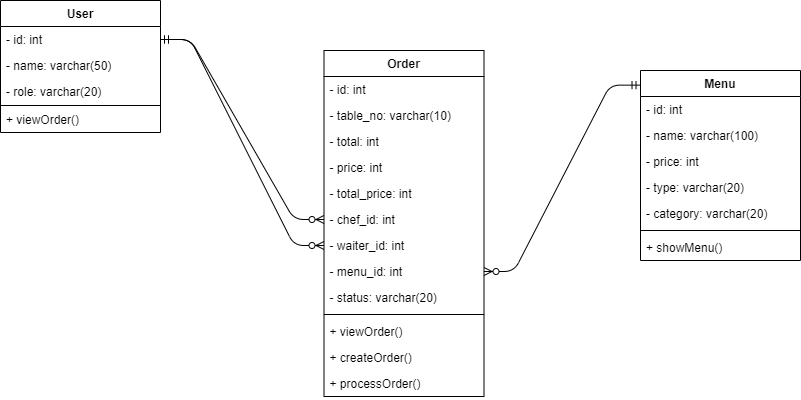
Before: img/class-diagram.png, a diagram exported from draw.io (epebri/btpns-test). Source tidied: cells renumbered, new cells last; positions are measured from the earlier drawing's top-left corner, leaving out a move shared by most shapes.
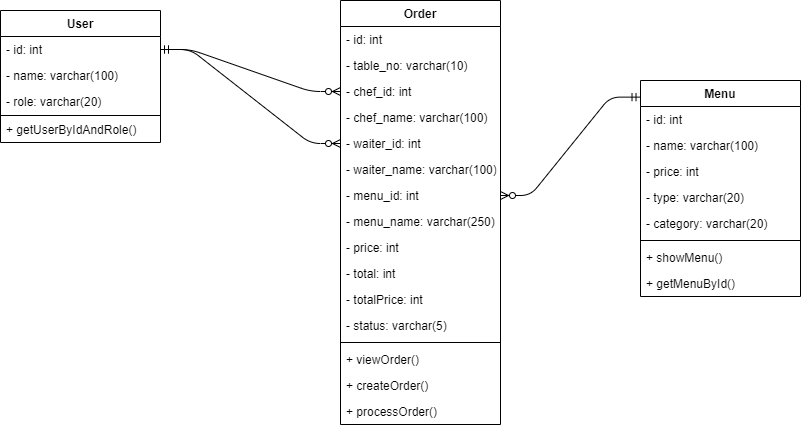
Later version of the same file.

The edit, as a diff of the source:
```diff
@@ -3,7 +3,7 @@
     <mxCell id="0" />
     <mxCell id="1" parent="0" />
     <mxCell id="2" value="Order" style="swimlane;fontStyle=1;align=center;verticalAlign=top;horizontal=1;startSize=26;" parent="1" vertex="1">
-      <mxGeometry x="323.5" y="50" width="160" height="346" as="geometry" />
+      <mxGeometry x="340" y="-10" width="160" height="424" as="geometry" />
     </mxCell>
     <mxCell id="3" value="- id: int" style="text;strokeColor=none;fillColor=none;align=left;verticalAlign=top;spacingLeft=4;spacingRight=4;overflow=hidden;" parent="2" vertex="1">
       <mxGeometry y="26" width="160" height="26" as="geometry" />
@@ -11,41 +11,50 @@
     <mxCell id="4" value="- table_no: varchar(10)" style="text;strokeColor=none;fillColor=none;align=left;verticalAlign=top;spacingLeft=4;spacingRight=4;overflow=hidden;" parent="2" vertex="1">
       <mxGeometry y="52" width="160" height="26" as="geometry" />
     </mxCell>
+    <mxCell id="8" value="- chef_id: int" style="text;strokeColor=none;fillColor=none;align=left;verticalAlign=top;spacingLeft=4;spacingRight=4;overflow=hidden;points=[[0,0.5],[1,0.5]];portConstraint=eastwest;" parent="2" vertex="1">
+      <mxGeometry y="78" width="160" height="26" as="geometry" />
+    </mxCell>
+    <mxCell id="33" value="- chef_name: varchar(100)" style="text;strokeColor=none;fillColor=none;align=left;verticalAlign=top;spacingLeft=4;spacingRight=4;overflow=hidden;" parent="2" vertex="1">
+      <mxGeometry y="104" width="160" height="26" as="geometry" />
+    </mxCell>
+    <mxCell id="9" value="- waiter_id: int" style="text;strokeColor=none;fillColor=none;align=left;verticalAlign=top;spacingLeft=4;spacingRight=4;overflow=hidden;points=[[0,0.5],[1,0.5]];portConstraint=eastwest;" parent="2" vertex="1">
+      <mxGeometry y="130" width="160" height="26" as="geometry" />
+    </mxCell>
+    <mxCell id="34" value="- waiter_name: varchar(100)" style="text;strokeColor=none;fillColor=none;align=left;verticalAlign=top;spacingLeft=4;spacingRight=4;overflow=hidden;" parent="2" vertex="1">
+      <mxGeometry y="156" width="160" height="26" as="geometry" />
+    </mxCell>
+    <mxCell id="10" value="- menu_id: int" style="text;strokeColor=none;fillColor=none;align=left;verticalAlign=top;spacingLeft=4;spacingRight=4;overflow=hidden;points=[[0,0.5],[1,0.5]];portConstraint=eastwest;" parent="2" vertex="1">
+      <mxGeometry y="182" width="160" height="26" as="geometry" />
+    </mxCell>
+    <mxCell id="35" value="- menu_name: varchar(250)" style="text;strokeColor=none;fillColor=none;align=left;verticalAlign=top;spacingLeft=4;spacingRight=4;overflow=hidden;" parent="2" vertex="1">
+      <mxGeometry y="208" width="160" height="26" as="geometry" />
+    </mxCell>
+    <mxCell id="6" value="- price: int" style="text;strokeColor=none;fillColor=none;align=left;verticalAlign=top;spacingLeft=4;spacingRight=4;overflow=hidden;" parent="2" vertex="1">
+      <mxGeometry y="234" width="160" height="26" as="geometry" />
+    </mxCell>
     <mxCell id="5" value="- total: int" style="text;strokeColor=none;fillColor=none;align=left;verticalAlign=top;spacingLeft=4;spacingRight=4;overflow=hidden;" parent="2" vertex="1">
-      <mxGeometry y="78" width="160" height="26" as="geometry" />
+      <mxGeometry y="260" width="160" height="26" as="geometry" />
     </mxCell>
-    <mxCell id="6" value="- price: int" style="text;strokeColor=none;fillColor=none;align=left;verticalAlign=top;spacingLeft=4;spacingRight=4;overflow=hidden;" parent="2" vertex="1">
-      <mxGeometry y="104" width="160" height="26" as="geometry" />
-    </mxCell>
-    <mxCell id="7" value="- total_price: int" style="text;strokeColor=none;fillColor=none;align=left;verticalAlign=top;spacingLeft=4;spacingRight=4;overflow=hidden;" parent="2" vertex="1">
-      <mxGeometry y="130" width="160" height="26" as="geometry" />
-    </mxCell>
-    <mxCell id="8" value="- chef_id: int" style="text;strokeColor=none;fillColor=none;align=left;verticalAlign=top;spacingLeft=4;spacingRight=4;overflow=hidden;points=[[0,0.5],[1,0.5]];portConstraint=eastwest;" parent="2" vertex="1">
-      <mxGeometry y="156" width="160" height="26" as="geometry" />
-    </mxCell>
-    <mxCell id="9" value="- waiter_id: int" style="text;strokeColor=none;fillColor=none;align=left;verticalAlign=top;spacingLeft=4;spacingRight=4;overflow=hidden;points=[[0,0.5],[1,0.5]];portConstraint=eastwest;" parent="2" vertex="1">
-      <mxGeometry y="182" width="160" height="26" as="geometry" />
-    </mxCell>
-    <mxCell id="10" value="- menu_id: int" style="text;strokeColor=none;fillColor=none;align=left;verticalAlign=top;spacingLeft=4;spacingRight=4;overflow=hidden;points=[[0,0.5],[1,0.5]];portConstraint=eastwest;" parent="2" vertex="1">
-      <mxGeometry y="208" width="160" height="26" as="geometry" />
-    </mxCell>
+    <mxCell id="36" value="- totalPrice: int" style="text;strokeColor=none;fillColor=none;align=left;verticalAlign=top;spacingLeft=4;spacingRight=4;overflow=hidden;" parent="2" vertex="1">
+      <mxGeometry y="286" width="160" height="26" as="geometry" />
+    </mxCell>
-    <mxCell id="11" value="- status: varchar(20)" style="text;strokeColor=none;fillColor=none;align=left;verticalAlign=top;spacingLeft=4;spacingRight=4;overflow=hidden;" parent="2" vertex="1">
-      <mxGeometry y="234" width="160" height="26" as="geometry" />
+    <mxCell id="11" value="- status: varchar(5)" style="text;strokeColor=none;fillColor=none;align=left;verticalAlign=top;spacingLeft=4;spacingRight=4;overflow=hidden;" parent="2" vertex="1">
+      <mxGeometry y="312" width="160" height="26" as="geometry" />
     </mxCell>
     <mxCell id="12" style="line;strokeWidth=1;fillColor=none;align=left;verticalAlign=middle;spacingTop=-1;spacingLeft=3;spacingRight=3;labelPosition=right;" parent="2" vertex="1">
-      <mxGeometry y="260" width="160" height="8" as="geometry" />
+      <mxGeometry y="338" width="160" height="8" as="geometry" />
     </mxCell>
     <mxCell id="13" value="+ viewOrder()" style="text;strokeColor=none;fillColor=none;align=left;verticalAlign=top;spacingLeft=4;spacingRight=4;overflow=hidden;" parent="2" vertex="1">
-      <mxGeometry y="268" width="160" height="26" as="geometry" />
+      <mxGeometry y="346" width="160" height="26" as="geometry" />
     </mxCell>
     <mxCell id="14" value="+ createOrder()" style="text;strokeColor=none;fillColor=none;align=left;verticalAlign=top;spacingLeft=4;spacingRight=4;overflow=hidden;" parent="2" vertex="1">
-      <mxGeometry y="294" width="160" height="26" as="geometry" />
+      <mxGeometry y="372" width="160" height="26" as="geometry" />
     </mxCell>
     <mxCell id="15" value="+ processOrder()" style="text;strokeColor=none;fillColor=none;align=left;verticalAlign=top;spacingLeft=4;spacingRight=4;overflow=hidden;" parent="2" vertex="1">
-      <mxGeometry y="320" width="160" height="26" as="geometry" />
+      <mxGeometry y="398" width="160" height="26" as="geometry" />
     </mxCell>
     <mxCell id="16" value="Menu" style="swimlane;fontStyle=1;align=center;verticalAlign=top;horizontal=1;startSize=26;" parent="1" vertex="1">
-      <mxGeometry x="640" y="70" width="160" height="190" as="geometry" />
+      <mxGeometry x="640" y="70" width="160" height="216" as="geometry" />
     </mxCell>
     <mxCell id="17" value="- id: int" style="text;strokeColor=none;fillColor=none;align=left;verticalAlign=top;spacingLeft=4;spacingRight=4;overflow=hidden;" parent="16" vertex="1">
       <mxGeometry y="26" width="160" height="26" as="geometry" />
@@ -68,6 +77,9 @@
     <mxCell id="23" value="+ showMenu()&#10;" style="text;strokeColor=none;fillColor=none;align=left;verticalAlign=top;spacingLeft=4;spacingRight=4;overflow=hidden;" parent="16" vertex="1">
       <mxGeometry y="164" width="160" height="26" as="geometry" />
     </mxCell>
+    <mxCell id="37" value="+ getMenuById()" style="text;strokeColor=none;fillColor=none;align=left;verticalAlign=top;spacingLeft=4;spacingRight=4;overflow=hidden;" parent="16" vertex="1">
+      <mxGeometry y="190" width="160" height="26" as="geometry" />
+    </mxCell>
     <mxCell id="24" style="edgeStyle=entityRelationEdgeStyle;fontSize=12;html=1;endArrow=ERzeroToMany;startArrow=ERmandOne;exitX=1;exitY=0.5;exitDx=0;exitDy=0;entryX=0;entryY=0.5;entryDx=0;entryDy=0;" parent="1" edge="1" source="28" target="8">
       <mxGeometry relative="1" as="geometry" />
     </mxCell>
@@ -83,7 +95,7 @@
     <mxCell id="28" value="- id: int" style="text;strokeColor=none;fillColor=none;align=left;verticalAlign=top;spacingLeft=4;spacingRight=4;overflow=hidden;points=[[0,0.5],[1,0.5]];portConstraint=eastwest;" parent="27" vertex="1">
       <mxGeometry y="26" width="160" height="26" as="geometry" />
     </mxCell>
-    <mxCell id="29" value="- name: varchar(50)" style="text;strokeColor=none;fillColor=none;align=left;verticalAlign=top;spacingLeft=4;spacingRight=4;overflow=hidden;" parent="27" vertex="1">
+    <mxCell id="29" value="- name: varchar(100)" style="text;strokeColor=none;fillColor=none;align=left;verticalAlign=top;spacingLeft=4;spacingRight=4;overflow=hidden;" parent="27" vertex="1">
       <mxGeometry y="52" width="160" height="26" as="geometry" />
     </mxCell>
     <mxCell id="30" value="- role: varchar(20)" style="text;strokeColor=none;fillColor=none;align=left;verticalAlign=top;spacingLeft=4;spacingRight=4;overflow=hidden;" parent="27" vertex="1">
@@ -92,7 +104,7 @@
     <mxCell id="31" style="line;strokeWidth=1;fillColor=none;align=left;verticalAlign=middle;spacingTop=-1;spacingLeft=3;spacingRight=3;labelPosition=right;" parent="27" vertex="1">
       <mxGeometry y="104" width="160" height="2" as="geometry" />
     </mxCell>
-    <mxCell id="32" value="+ viewOrder()" style="text;strokeColor=none;fillColor=none;align=left;verticalAlign=top;spacingLeft=4;spacingRight=4;overflow=hidden;" parent="27" vertex="1">
+    <mxCell id="32" value="+ getUserByIdAndRole()" style="text;strokeColor=none;fillColor=none;align=left;verticalAlign=top;spacingLeft=4;spacingRight=4;overflow=hidden;" parent="27" vertex="1">
       <mxGeometry y="106" width="160" height="26" as="geometry" />
     </mxCell>
   </root>
```
